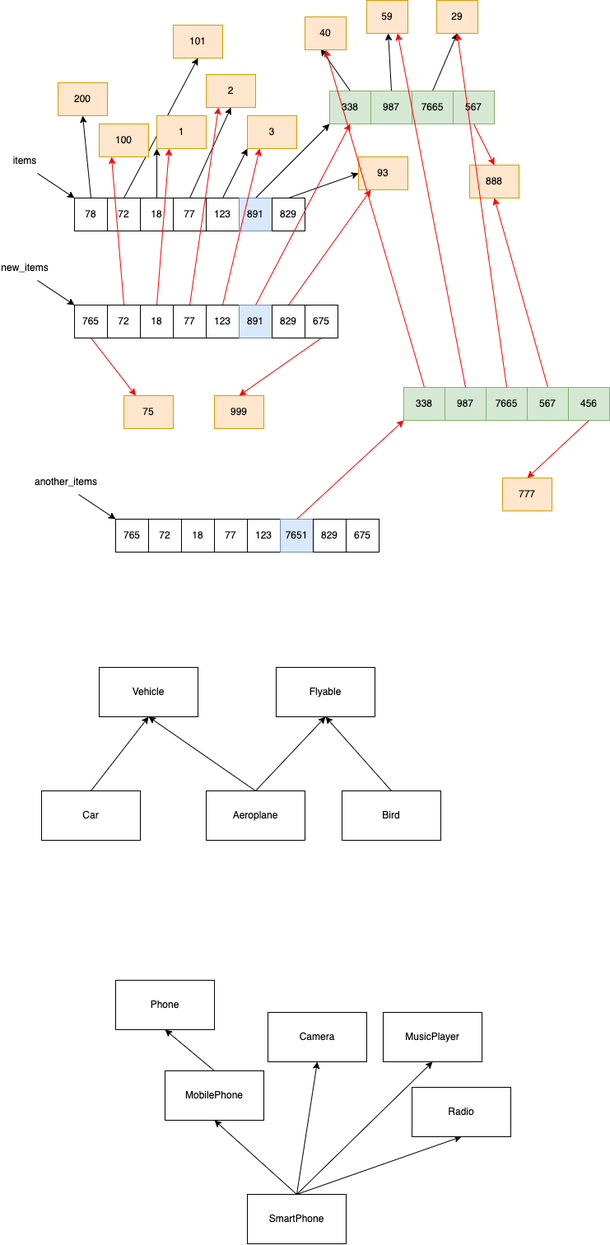
vinod-kayartaya/TARGET-PYTHON-13-DEC keeps this draw.io diagram as concepts.dio.png. Above is the earlier version. Source tidied: cells renumbered, new cells last; positions are measured from the earlier drawing's top-left corner, leaving out a move shared by most shapes.
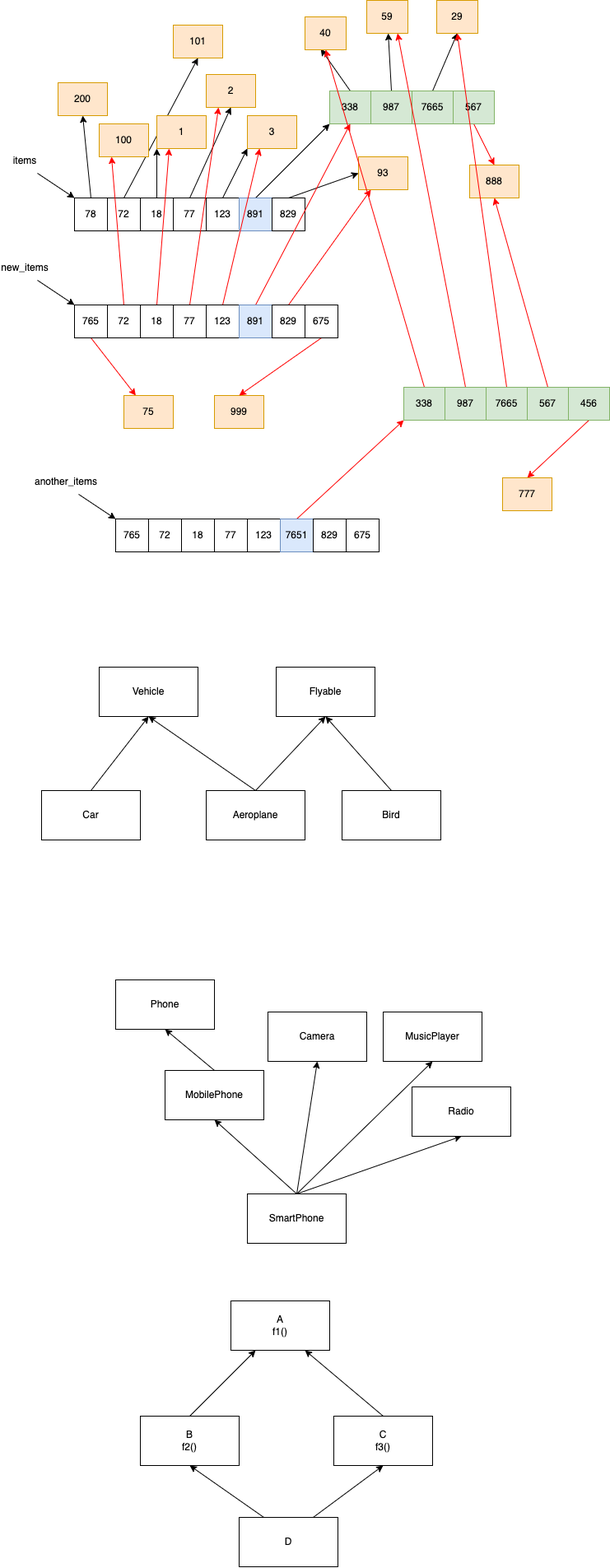
The same file after the commit.

Diff of the diagram source:
```diff
@@ -293,5 +293,29 @@
     <mxCell id="98" value="Radio" style="rounded=0;whiteSpace=wrap;html=1;" parent="1" vertex="1">
       <mxGeometry x="500" y="1320" width="120" height="60" as="geometry" />
     </mxCell>
+    <mxCell id="99" value="A&lt;br&gt;f1()" style="rounded=0;whiteSpace=wrap;html=1;" parent="1" vertex="1">
+      <mxGeometry x="280" y="1580" width="120" height="60" as="geometry" />
+    </mxCell>
+    <mxCell id="100" style="edgeStyle=none;html=1;exitX=0.5;exitY=0;exitDx=0;exitDy=0;entryX=0.25;entryY=1;entryDx=0;entryDy=0;" parent="1" edge="1" source="101" target="99">
+      <mxGeometry relative="1" as="geometry" />
+    </mxCell>
+    <mxCell id="101" value="B&lt;br&gt;f2()" style="rounded=0;whiteSpace=wrap;html=1;" parent="1" vertex="1">
+      <mxGeometry x="170" y="1720" width="120" height="60" as="geometry" />
+    </mxCell>
+    <mxCell id="102" style="edgeStyle=none;html=1;exitX=0.5;exitY=0;exitDx=0;exitDy=0;entryX=0.75;entryY=1;entryDx=0;entryDy=0;" parent="1" edge="1" source="103" target="99">
+      <mxGeometry relative="1" as="geometry" />
+    </mxCell>
+    <mxCell id="103" value="C&lt;br&gt;f3()" style="rounded=0;whiteSpace=wrap;html=1;" parent="1" vertex="1">
+      <mxGeometry x="405" y="1720" width="120" height="60" as="geometry" />
+    </mxCell>
+    <mxCell id="104" style="edgeStyle=none;html=1;exitX=0.25;exitY=0;exitDx=0;exitDy=0;entryX=0.5;entryY=1;entryDx=0;entryDy=0;" parent="1" edge="1" source="106" target="101">
+      <mxGeometry relative="1" as="geometry" />
+    </mxCell>
+    <mxCell id="105" style="edgeStyle=none;html=1;exitX=0.75;exitY=0;exitDx=0;exitDy=0;entryX=0.5;entryY=1;entryDx=0;entryDy=0;" parent="1" edge="1" source="106" target="103">
+      <mxGeometry relative="1" as="geometry" />
+    </mxCell>
+    <mxCell id="106" value="D" style="rounded=0;whiteSpace=wrap;html=1;" parent="1" vertex="1">
+      <mxGeometry x="290" y="1843" width="120" height="60" as="geometry" />
+    </mxCell>
   </root>
 </mxGraphModel>
```
